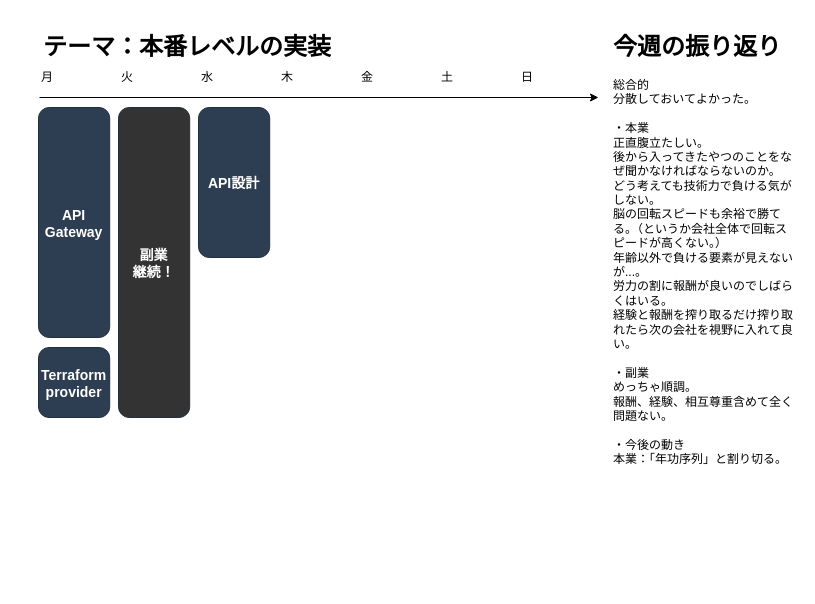
Earlier version of the draw.io diagram page "20240729" (3 of 3) of life/life_202408.drawio (minegishirei/draw_v1). Source tidied: cells renumbered, new cells numbered last; positions are measured from the earlier drawing's top-left corner, leaving out a move shared by most shapes. Both pictures are drawn from the tidied source at 100%, with x=0, y=0 at pixel (17, 27).
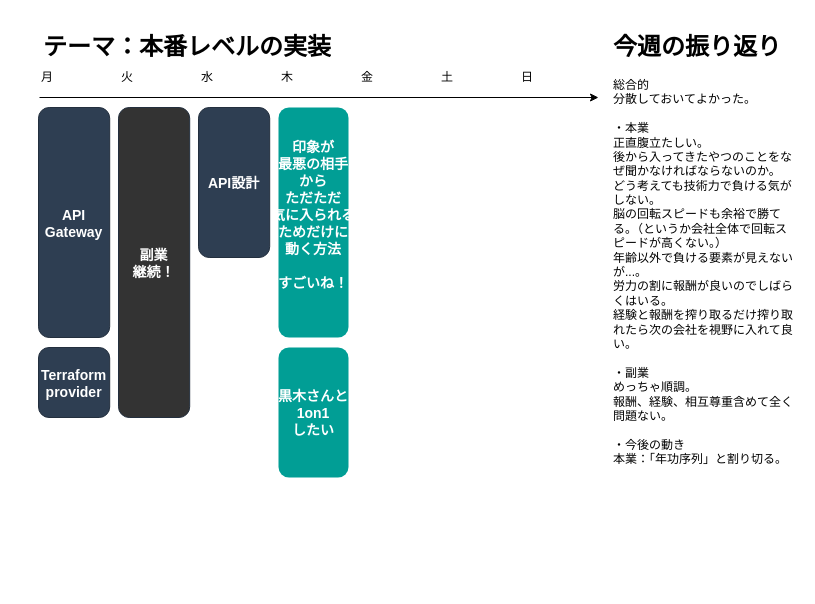
After the change.

Commit message:
life_202408.drawio を更新します

The edit, as a diff of the source:
```diff
@@
 <mxGraphModel>
   <root>
     <mxCell id="0" />
     <mxCell id="1" parent="0" />
     <mxCell id="2" value="火" style="text;html=1;strokeColor=none;fillColor=none;align=center;verticalAlign=middle;whiteSpace=wrap;rounded=0;shadow=0;" parent="1" vertex="1">
       <mxGeometry x="80" y="35" width="60" height="30" as="geometry" />
     </mxCell>
     <mxCell id="3" value="水" style="text;html=1;strokeColor=none;fillColor=none;align=center;verticalAlign=middle;whiteSpace=wrap;rounded=0;shadow=0;" parent="1" vertex="1">
       <mxGeometry x="160" y="35" width="60" height="30" as="geometry" />
     </mxCell>
     <mxCell id="4" value="木" style="text;html=1;strokeColor=none;fillColor=none;align=center;verticalAlign=middle;whiteSpace=wrap;rounded=0;shadow=0;" parent="1" vertex="1">
       <mxGeometry x="240" y="35" width="60" height="30" as="geometry" />
     </mxCell>
     <mxCell id="5" value="金" style="text;html=1;strokeColor=none;fillColor=none;align=center;verticalAlign=middle;whiteSpace=wrap;rounded=0;shadow=0;" parent="1" vertex="1">
       <mxGeometry x="320" y="35" width="60" height="30" as="geometry" />
     </mxCell>
     <mxCell id="6" value="土" style="text;html=1;strokeColor=none;fillColor=none;align=center;verticalAlign=middle;whiteSpace=wrap;rounded=0;shadow=0;" parent="1" vertex="1">
       <mxGeometry x="400" y="35" width="60" height="30" as="geometry" />
     </mxCell>
     <mxCell id="7" value="日" style="text;html=1;strokeColor=none;fillColor=none;align=center;verticalAlign=middle;whiteSpace=wrap;rounded=0;shadow=0;" parent="1" vertex="1">
       <mxGeometry x="480" y="35" width="60" height="30" as="geometry" />
     </mxCell>
     <mxCell id="8" value="月" style="text;html=1;strokeColor=none;fillColor=none;align=center;verticalAlign=middle;whiteSpace=wrap;rounded=0;shadow=0;" parent="1" vertex="1">
       <mxGeometry y="35" width="60" height="30" as="geometry" />
     </mxCell>
     <mxCell id="9" value="&lt;h1&gt;テーマ：本番レベルの実装&lt;/h1&gt;" style="text;html=1;strokeColor=none;fillColor=none;spacing=5;spacingTop=-20;whiteSpace=wrap;overflow=hidden;rounded=0;shadow=0;" parent="1" vertex="1">
       <mxGeometry x="21" width="480" height="40" as="geometry" />
     </mxCell>
     <mxCell id="10" style="endArrow=classic;html=1;rounded=0;shadow=0;" parent="1" edge="1">
       <mxGeometry relative="1" as="geometry">
         <mxPoint x="22" y="70" as="sourcePoint" />
         <mxPoint x="581" y="70" as="targetPoint" />
       </mxGeometry>
     </mxCell>
     <mxCell id="11" value="&lt;h1&gt;&lt;/h1&gt;&lt;h1 style=&quot;border-color: var(--border-color);&quot;&gt;今週の振り返り&lt;/h1&gt;&lt;div&gt;総合的&lt;/div&gt;&lt;div&gt;分散しておいてよかった。&lt;/div&gt;&lt;div&gt;&lt;br&gt;&lt;/div&gt;&lt;div&gt;・本業&lt;/div&gt;&lt;div&gt;正直腹立たしい。&lt;/div&gt;&lt;div&gt;後から入ってきたやつのことをなぜ聞かなければならないのか。&lt;/div&gt;&lt;div&gt;どう考えても技術力で負ける気がしない。&lt;/div&gt;&lt;div&gt;脳の回転スピードも余裕で勝てる。（というか会社全体で回転ス&lt;span style=&quot;background-color: initial;&quot;&gt;ピードが高くない。）&lt;/span&gt;&lt;/div&gt;&lt;div&gt;&lt;span style=&quot;background-color: initial;&quot;&gt;年齢以外で負ける要素が見えないが...。&lt;/span&gt;&lt;/div&gt;&lt;div&gt;労力の割に報酬が良いのでしばらくはいる。&lt;/div&gt;&lt;div&gt;経験と報酬を搾り取るだけ搾り取れたら次の会社を視野に入れて良い。&lt;/div&gt;&lt;div&gt;&lt;br&gt;&lt;/div&gt;&lt;div&gt;・副業&lt;/div&gt;&lt;div&gt;めっちゃ順調。&lt;/div&gt;&lt;div&gt;報酬、経験、相互尊重含めて全く問題ない。&lt;/div&gt;&lt;div&gt;&lt;br&gt;&lt;/div&gt;&lt;div&gt;・今後の動き&lt;/div&gt;&lt;div&gt;本業：「年功序列」と割り切る。&lt;/div&gt;&lt;div&gt;&lt;br&gt;&lt;/div&gt;&lt;div&gt;&lt;br&gt;&lt;/div&gt;" style="text;html=1;strokeColor=none;fillColor=none;spacing=5;spacingTop=-20;whiteSpace=wrap;overflow=hidden;rounded=0;shadow=0;" parent="1" vertex="1">
       <mxGeometry x="591" width="190" height="560" as="geometry" />
     </mxCell>
     <mxCell id="12" value="API&#10;Gateway" style="rounded=1;fillColor=#2E3E52;strokeColor=#232F3E;shadow=0;gradientColor=none;fontStyle=1;fontColor=#FFFFFF;fontSize=14;" parent="1" vertex="1">
       <mxGeometry x="21" y="80" width="71.2" height="230" as="geometry" />
     </mxCell>
     <mxCell id="13" value="Terraform&#10;provider" style="rounded=1;fillColor=#2E3E52;strokeColor=#232F3E;shadow=0;gradientColor=none;fontStyle=1;fontColor=#FFFFFF;fontSize=14;" parent="1" vertex="1">
       <mxGeometry x="21" y="320" width="71.2" height="70" as="geometry" />
     </mxCell>
     <mxCell id="14" value="副業&#10;継続！" style="rounded=1;fillColor=#333333;strokeColor=#232F3E;shadow=0;gradientColor=none;fontStyle=1;fontColor=#FFFFFF;fontSize=14;" parent="1" vertex="1">
       <mxGeometry x="101" y="80" width="71.2" height="310" as="geometry" />
     </mxCell>
     <mxCell id="15" value="API設計" style="rounded=1;fillColor=#2E3E52;strokeColor=#232F3E;shadow=0;gradientColor=none;fontStyle=1;fontColor=#FFFFFF;fontSize=14;" parent="1" vertex="1">
       <mxGeometry x="181" y="80" width="71.2" height="150" as="geometry" />
     </mxCell>
+    <mxCell id="16" value="印象が&#10;最悪の相手&#10;から&#10;ただただ&#10;気に入られる&#10;ためだけに&#10;動く方法&#10;&#10;すごいね！&#10;" style="rounded=1;fillColor=#019E95;strokeColor=none;shadow=0;gradientColor=none;fontStyle=1;fontColor=#FFFFFF;fontSize=14;" parent="1" vertex="1">
+      <mxGeometry x="261" y="80" width="70" height="230" as="geometry" />
+    </mxCell>
+    <mxCell id="17" value="黒木さんと&#10;1on1&#10;したい" style="rounded=1;fillColor=#019E95;strokeColor=none;shadow=0;gradientColor=none;fontStyle=1;fontColor=#FFFFFF;fontSize=14;" parent="1" vertex="1">
+      <mxGeometry x="261" y="320" width="70" height="130" as="geometry" />
+    </mxCell>
   </root>
 </mxGraphModel>
```
